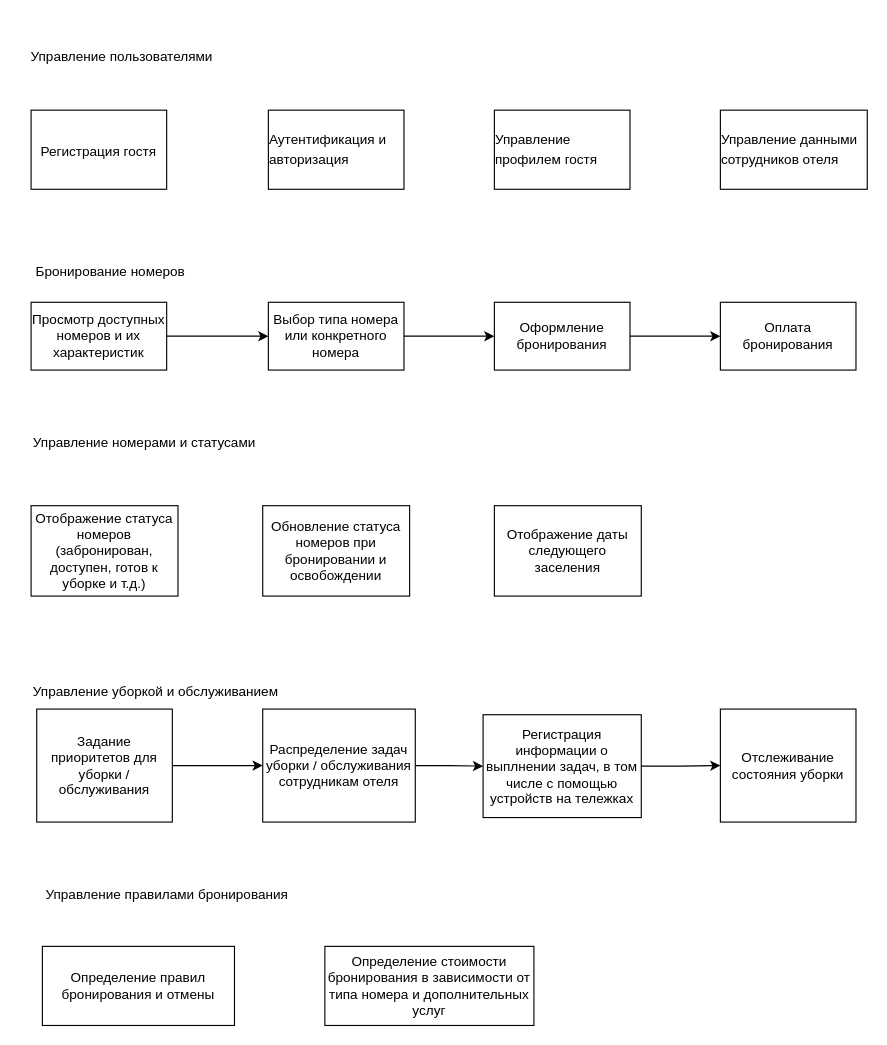
samsonovsa/OtusArhitectureHW1 keeps this draw.io diagram as 10_1 Functional decomposition.drawio. Above is the earlier version. Source tidied: cells renumbered, new cells numbered last; positions are measured from the earlier drawing's top-left corner, leaving out a move shared by most shapes. Both pictures are drawn from the tidied source at 113%, with x=0, y=0 at pixel (19, 40).
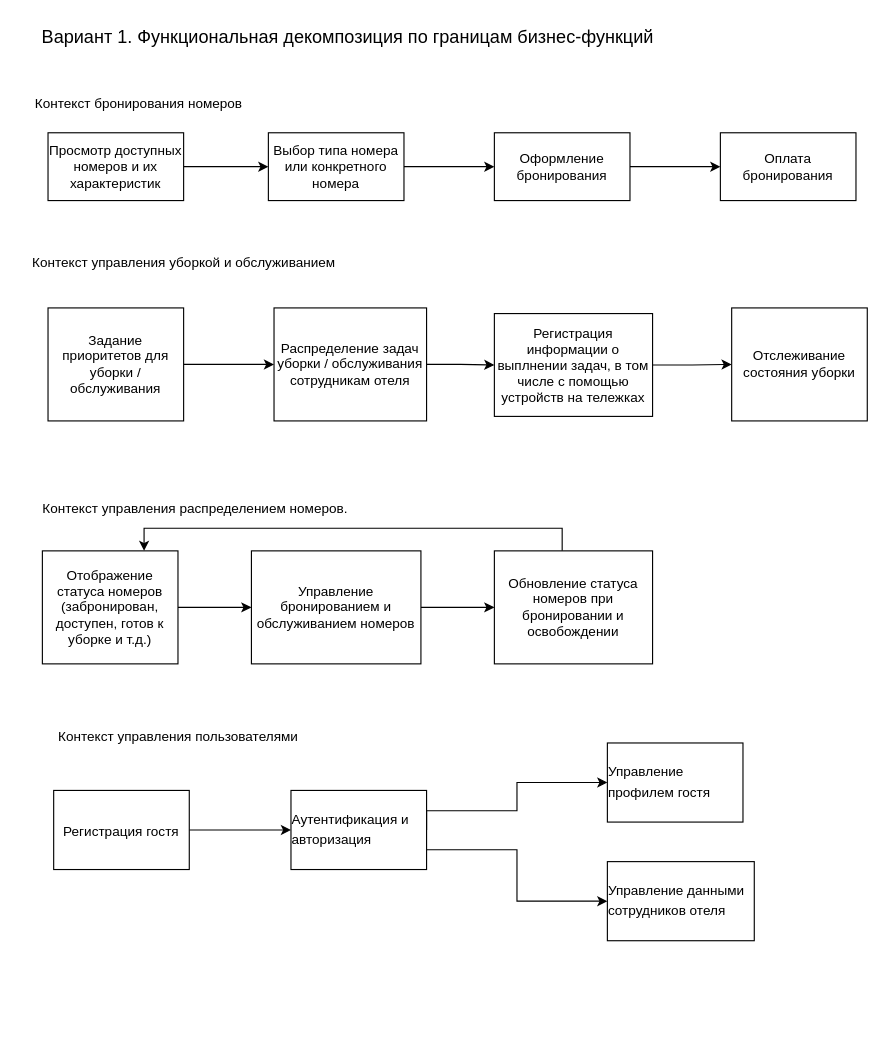
The same diagram, later.

Commit message:
functional decomposition 1 completed

What changed in the source:
```diff
@@
-    <mxCell id="2" value="Управление пользователями" style="text;html=1;align=center;verticalAlign=middle;strokeColor=none;fillColor=none;" parent="1" vertex="1">
-      <mxGeometry width="180" height="30" as="geometry" />
+    <mxCell id="2" value="Контекст управления пользователями" style="text;html=1;align=center;verticalAlign=middle;strokeColor=none;fillColor=none;" parent="1" vertex="1">
+      <mxGeometry x="20" y="602" width="240" height="30" as="geometry" />
     </mxCell>
+    <mxCell id="30" style="edgeStyle=orthogonalEdgeStyle;rounded=0;jettySize=auto;html=1;exitX=1;exitY=0.5;exitDx=0;exitDy=0;entryX=0;entryY=0.5;entryDx=0;entryDy=0;" parent="1" edge="1" source="3" target="4">
+      <mxGeometry relative="1" as="geometry" />
+    </mxCell>
     <mxCell id="3" value="&lt;div style=&quot;text-align: left;&quot;&gt;Регистрация гостя&lt;font face=&quot;Söhne, ui-sans-serif, system-ui, -apple-system, Segoe UI, Roboto, Ubuntu, Cantarell, Noto Sans, sans-serif, Helvetica Neue, Arial, Apple Color Emoji, Segoe UI Emoji, Segoe UI Symbol, Noto Color Emoji&quot; color=&quot;#374151&quot;&gt;&lt;span style=&quot;font-size: 16px;&quot;&gt;&lt;br&gt;&lt;/span&gt;&lt;/font&gt;&lt;/div&gt;" style="whiteSpace=wrap;html=1;" parent="1" vertex="1">
-      <mxGeometry x="10" y="62" width="120" height="70" as="geometry" />
+      <mxGeometry x="30" y="664" width="120" height="70" as="geometry" />
     </mxCell>
+    <mxCell id="31" style="edgeStyle=orthogonalEdgeStyle;rounded=0;jettySize=auto;html=1;entryX=0;entryY=0.5;entryDx=0;entryDy=0;exitX=1;exitY=0.5;exitDx=0;exitDy=0;" parent="1" edge="1" source="4" target="5">
+      <mxGeometry relative="1" as="geometry">
+        <Array as="points">
+          <mxPoint x="360" y="682" />
+          <mxPoint x="440" y="682" />
+          <mxPoint x="440" y="657" />
+        </Array>
+      </mxGeometry>
+    </mxCell>
+    <mxCell id="32" style="edgeStyle=orthogonalEdgeStyle;rounded=0;jettySize=auto;html=1;exitX=1;exitY=0.75;exitDx=0;exitDy=0;entryX=0;entryY=0.5;entryDx=0;entryDy=0;" parent="1" edge="1" source="4" target="6">
+      <mxGeometry relative="1" as="geometry" />
+    </mxCell>
     <mxCell id="4" value="&lt;div style=&quot;text-align: left;&quot;&gt;Аутентификация и авторизация&lt;font face=&quot;Söhne, ui-sans-serif, system-ui, -apple-system, Segoe UI, Roboto, Ubuntu, Cantarell, Noto Sans, sans-serif, Helvetica Neue, Arial, Apple Color Emoji, Segoe UI Emoji, Segoe UI Symbol, Noto Color Emoji&quot; color=&quot;#374151&quot;&gt;&lt;span style=&quot;font-size: 16px;&quot;&gt;&lt;br&gt;&lt;/span&gt;&lt;/font&gt;&lt;/div&gt;" style="whiteSpace=wrap;html=1;" parent="1" vertex="1">
-      <mxGeometry x="220" y="62" width="120" height="70" as="geometry" />
+      <mxGeometry x="240" y="664" width="120" height="70" as="geometry" />
     </mxCell>
     <mxCell id="5" value="&lt;div style=&quot;text-align: left;&quot;&gt;Управление профилем гостя&lt;font face=&quot;Söhne, ui-sans-serif, system-ui, -apple-system, Segoe UI, Roboto, Ubuntu, Cantarell, Noto Sans, sans-serif, Helvetica Neue, Arial, Apple Color Emoji, Segoe UI Emoji, Segoe UI Symbol, Noto Color Emoji&quot; color=&quot;#374151&quot;&gt;&lt;span style=&quot;font-size: 16px;&quot;&gt;&lt;br&gt;&lt;/span&gt;&lt;/font&gt;&lt;/div&gt;" style="whiteSpace=wrap;html=1;" parent="1" vertex="1">
-      <mxGeometry x="420" y="62" width="120" height="70" as="geometry" />
+      <mxGeometry x="520" y="622" width="120" height="70" as="geometry" />
     </mxCell>
     <mxCell id="6" value="&lt;div style=&quot;text-align: left;&quot;&gt;Управление данными сотрудников отеля&lt;font face=&quot;Söhne, ui-sans-serif, system-ui, -apple-system, Segoe UI, Roboto, Ubuntu, Cantarell, Noto Sans, sans-serif, Helvetica Neue, Arial, Apple Color Emoji, Segoe UI Emoji, Segoe UI Symbol, Noto Color Emoji&quot; color=&quot;#374151&quot;&gt;&lt;span style=&quot;font-size: 16px;&quot;&gt;&lt;br&gt;&lt;/span&gt;&lt;/font&gt;&lt;/div&gt;" style="whiteSpace=wrap;html=1;" parent="1" vertex="1">
-      <mxGeometry x="620" y="62" width="130" height="70" as="geometry" />
+      <mxGeometry x="520" y="727" width="130" height="70" as="geometry" />
     </mxCell>
-    <mxCell id="7" value="Бронирование номеров" style="text;html=1;align=center;verticalAlign=middle;strokeColor=none;fillColor=none;" parent="1" vertex="1">
-      <mxGeometry y="190" width="160" height="30" as="geometry" />
+    <mxCell id="7" value="Контекст бронирования номеров" style="text;html=1;align=center;verticalAlign=middle;strokeColor=none;fillColor=none;" parent="1" vertex="1">
+      <mxGeometry y="42" width="210" height="30" as="geometry" />
     </mxCell>
@@
     <mxCell id="9" value="Просмотр доступных номеров и их характеристик" style="whiteSpace=wrap;html=1;" parent="1" vertex="1">
-      <mxGeometry x="10" y="232" width="120" height="60" as="geometry" />
+      <mxGeometry x="25" y="82" width="120" height="60" as="geometry" />
     </mxCell>
@@
     <mxCell id="11" value="Выбор типа номера или конкретного номера" style="whiteSpace=wrap;html=1;" parent="1" vertex="1">
-      <mxGeometry x="220" y="232" width="120" height="60" as="geometry" />
+      <mxGeometry x="220" y="82" width="120" height="60" as="geometry" />
     </mxCell>
@@
     <mxCell id="13" value="Оформление бронирования" style="whiteSpace=wrap;html=1;" parent="1" vertex="1">
-      <mxGeometry x="420" y="232" width="120" height="60" as="geometry" />
+      <mxGeometry x="420" y="82" width="120" height="60" as="geometry" />
     </mxCell>
     <mxCell id="14" value="Оплата бронирования" style="whiteSpace=wrap;html=1;" parent="1" vertex="1">
-      <mxGeometry x="620" y="232" width="120" height="60" as="geometry" />
+      <mxGeometry x="620" y="82" width="120" height="60" as="geometry" />
     </mxCell>
-    <mxCell id="15" value="Управление номерами и статусами" style="text;html=1;align=center;verticalAlign=middle;strokeColor=none;fillColor=none;" parent="1" vertex="1">
-      <mxGeometry y="342" width="220" height="30" as="geometry" />
-    </mxCell>
-    <mxCell id="16" value="Отображение статуса номеров (забронирован, доступен, готов к уборке и т.д.)" style="rounded=0;whiteSpace=wrap;html=1;" parent="1" vertex="1">
-      <mxGeometry x="10" y="412" width="130" height="80" as="geometry" />
-    </mxCell>
-    <mxCell id="17" value="Обновление статуса номеров при бронировании и освобождении" style="rounded=0;whiteSpace=wrap;html=1;" parent="1" vertex="1">
-      <mxGeometry x="215" y="412" width="130" height="80" as="geometry" />
-    </mxCell>
-    <mxCell id="18" value="Отображение даты следующего заселения" style="rounded=0;whiteSpace=wrap;html=1;" parent="1" vertex="1">
-      <mxGeometry x="420" y="412" width="130" height="80" as="geometry" />
-    </mxCell>
-    <mxCell id="19" value="Управление уборкой и обслуживанием" style="text;html=1;align=center;verticalAlign=middle;strokeColor=none;fillColor=none;" parent="1" vertex="1">
-      <mxGeometry y="562" width="240" height="30" as="geometry" />
+    <mxCell id="19" value="Контекст управления уборкой и обслуживанием" style="text;html=1;align=center;verticalAlign=middle;strokeColor=none;fillColor=none;" parent="1" vertex="1">
+      <mxGeometry y="182" width="290" height="30" as="geometry" />
     </mxCell>
@@
     <mxCell id="21" value="Задание приоритетов для уборки / обслуживания" style="whiteSpace=wrap;html=1;" parent="1" vertex="1">
-      <mxGeometry x="15" y="592" width="120" height="100" as="geometry" />
+      <mxGeometry x="25" y="237" width="120" height="100" as="geometry" />
     </mxCell>
@@
     <mxCell id="23" value="Распределение задач уборки / обслуживания сотрудникам отеля" style="whiteSpace=wrap;html=1;" parent="1" vertex="1">
-      <mxGeometry x="215" y="592" width="135" height="100" as="geometry" />
+      <mxGeometry x="225" y="237" width="135" height="100" as="geometry" />
     </mxCell>
@@
     <mxCell id="25" value="Регистрация информации о выплнении задач, в том числе с помощью устройств на тележках" style="whiteSpace=wrap;html=1;" parent="1" vertex="1">
-      <mxGeometry x="410" y="597" width="140" height="91" as="geometry" />
+      <mxGeometry x="420" y="242" width="140" height="91" as="geometry" />
     </mxCell>
     <mxCell id="26" value="Отслеживание состояния уборки" style="whiteSpace=wrap;html=1;" parent="1" vertex="1">
-      <mxGeometry x="620" y="592" width="120" height="100" as="geometry" />
+      <mxGeometry x="630" y="237" width="120" height="100" as="geometry" />
     </mxCell>
-    <mxCell id="27" value="Управление правилами бронирования" style="text;html=1;align=center;verticalAlign=middle;strokeColor=none;fillColor=none;" parent="1" vertex="1">
-      <mxGeometry x="10" y="742" width="240" height="30" as="geometry" />
-    </mxCell>
-    <mxCell id="28" value="Определение правил бронирования и отмены" style="rounded=0;whiteSpace=wrap;html=1;" parent="1" vertex="1">
-      <mxGeometry x="20" y="802" width="170" height="70" as="geometry" />
-    </mxCell>
-    <mxCell id="29" value="Определение стоимости бронирования в зависимости от типа номера и дополнительных услуг" style="whiteSpace=wrap;html=1;" parent="1" vertex="1">
-      <mxGeometry x="270" y="802" width="185" height="70" as="geometry" />
-    </mxCell>
+    <mxCell id="33" value="Вариант 1. Функциональная декомпозиция по границам бизнес-функций" style="text;html=1;align=center;verticalAlign=middle;strokeColor=none;fillColor=none;fontSize=16;" parent="1" vertex="1">
+      <mxGeometry x="10" y="-18" width="560" height="30" as="geometry" />
+    </mxCell>
+    <mxCell id="34" value="Контекст управления распределением номеров." style="text;html=1;align=center;verticalAlign=middle;strokeColor=none;fillColor=none;" parent="1" vertex="1">
+      <mxGeometry x="10" y="400" width="290" height="30" as="geometry" />
+    </mxCell>
+    <mxCell id="35" style="edgeStyle=orthogonalEdgeStyle;rounded=0;jettySize=auto;html=1;exitX=1;exitY=0.5;exitDx=0;exitDy=0;entryX=0;entryY=0.5;entryDx=0;entryDy=0;" parent="1" edge="1" source="16" target="38">
+      <mxGeometry relative="1" as="geometry" />
+    </mxCell>
+    <mxCell id="16" value="Отображение статуса номеров (забронирован, доступен, готов к уборке и т.д.)" style="whiteSpace=wrap;html=1;" parent="1" vertex="1">
+      <mxGeometry x="20" y="452" width="120" height="100" as="geometry" />
+    </mxCell>
+    <mxCell id="36" style="edgeStyle=orthogonalEdgeStyle;rounded=0;jettySize=auto;html=1;entryX=0.75;entryY=0;entryDx=0;entryDy=0;" parent="1" edge="1" source="17" target="16">
+      <mxGeometry relative="1" as="geometry">
+        <Array as="points">
+          <mxPoint x="480" y="432" />
+          <mxPoint x="110" y="432" />
+        </Array>
+      </mxGeometry>
+    </mxCell>
+    <mxCell id="17" value="Обновление статуса номеров при бронировании и освобождении" style="whiteSpace=wrap;html=1;" parent="1" vertex="1">
+      <mxGeometry x="420" y="452" width="140" height="100" as="geometry" />
+    </mxCell>
+    <mxCell id="37" style="edgeStyle=orthogonalEdgeStyle;rounded=0;jettySize=auto;html=1;exitX=1;exitY=0.5;exitDx=0;exitDy=0;" parent="1" edge="1" source="38" target="17">
+      <mxGeometry relative="1" as="geometry" />
+    </mxCell>
+    <mxCell id="38" value="Управление бронированием и обслуживанием номеров" style="whiteSpace=wrap;html=1;" parent="1" vertex="1">
+      <mxGeometry x="205" y="452" width="150" height="100" as="geometry" />
+    </mxCell>
```
